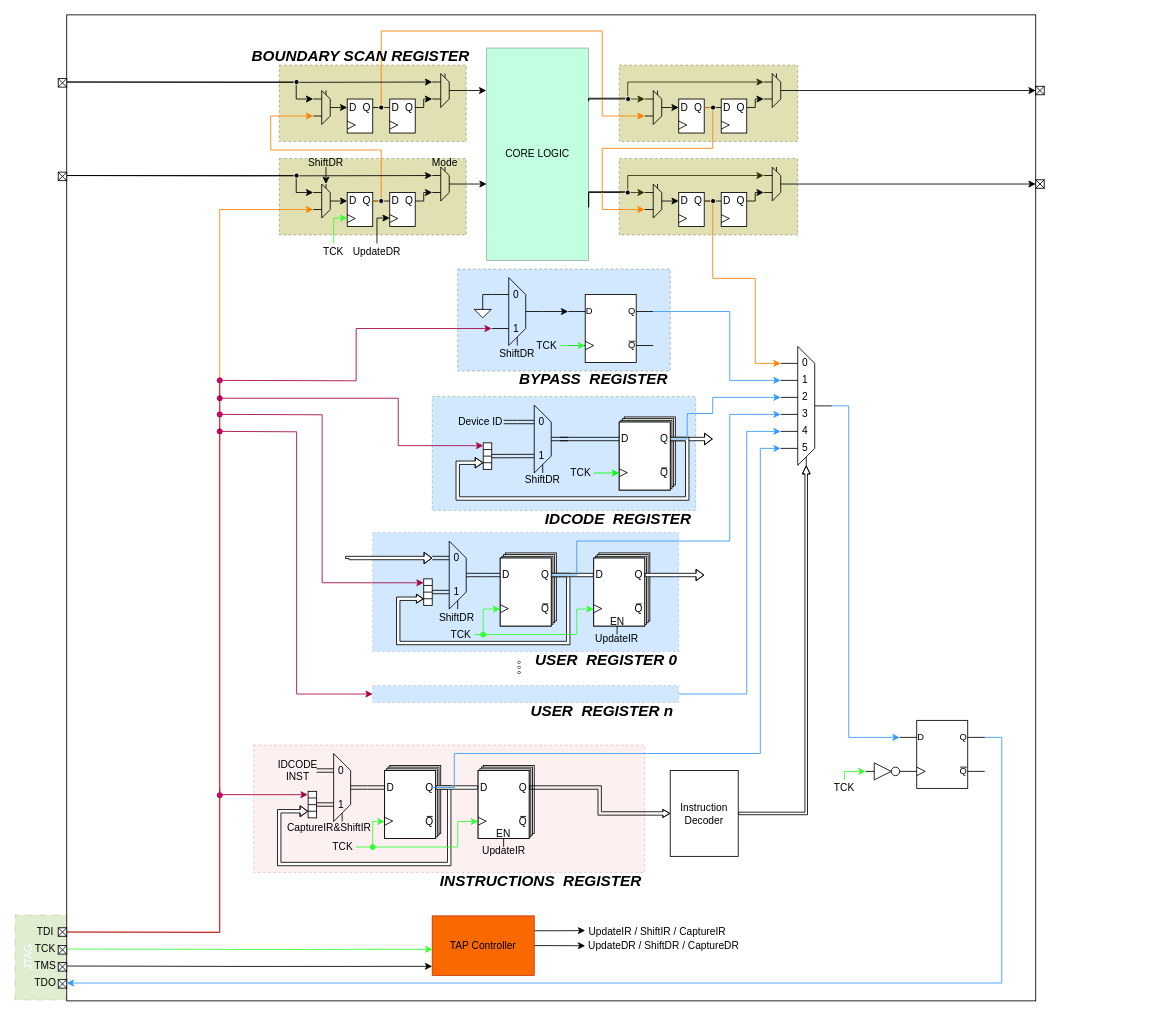
Verdvana/Verdvana.github.io keeps this draw.io diagram as _posts/JTAG协议与硬件实现/JTAG.drawio. Above is the earlier version. Source tidied: cells renumbered, new cells numbered last; positions are measured from the earlier drawing's top-left corner, leaving out a move shared by most shapes. Both pictures are drawn from the tidied source at 85%, with x=0, y=0 at pixel (-2, 14).
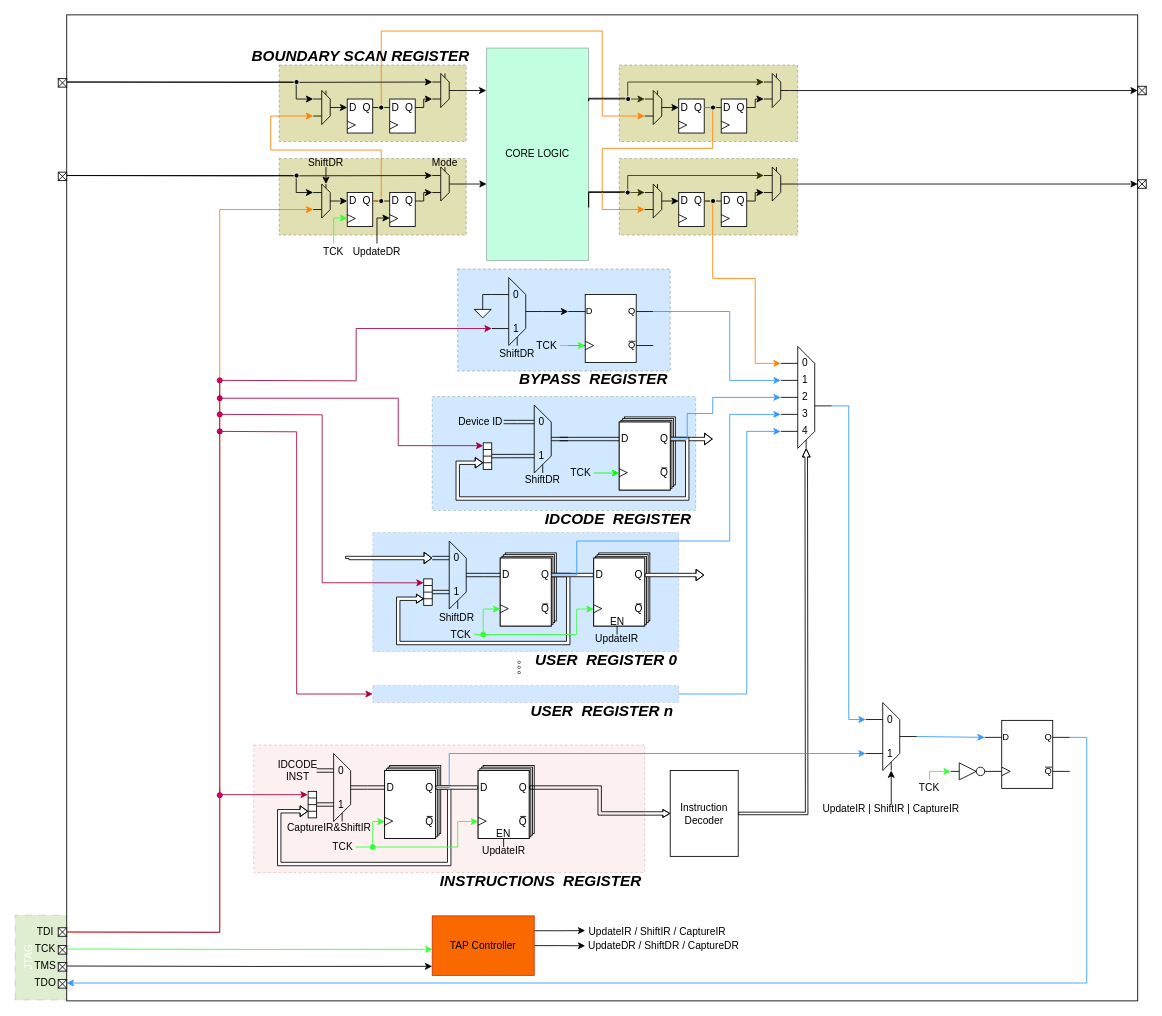
The same diagram, later.

Unchanged cells that the change refers to:
```xml
<mxCell id="66" value="Q" style="text;strokeColor=none;align=center;fillColor=none;html=1;verticalAlign=middle;whiteSpace=wrap;rounded=0;" parent="57" vertex="1">
  <mxGeometry x="46" y="20" width="14" height="12" as="geometry" />
</mxCell>
<mxCell id="170" value="Instruction&lt;div&gt;Decoder&lt;/div&gt;" style="rounded=0;whiteSpace=wrap;html=1;" parent="1" vertex="1">
  <mxGeometry x="790" y="889" width="80" height="101" as="geometry" />
</mxCell>
<mxCell id="369" style="group;points=[[0,0,0,0,0],[0,0,0,0,20],[0,0,0,0,40],[0,0,0,0,60],[0,0,0,0,80],[0,0,0,0,100],[0,0,0,0,120],[0,1,0,0,0],[0.5,1,0,0,0],[1,0.5,0,0,0]];" parent="1" vertex="1">
  <mxGeometry x="920" y="390" width="60" height="140" as="geometry" />
</mxCell>
```

Change to the diagram source:
```diff
@@
     <mxCell id="3" style="rounded=0;whiteSpace=wrap;html=1;fillColor=default;" parent="1" vertex="1">
-      <mxGeometry x="80" width="1140" height="1160" as="geometry" />
+      <mxGeometry x="80" width="1260" height="1160" as="geometry" />
     </mxCell>
@@
-    <mxCell id="144" style="edgeStyle=orthogonalEdgeStyle;rounded=0;jettySize=auto;html=1;exitX=1;exitY=0.5;exitDx=0;exitDy=0;exitPerimeter=0;entryX=0;entryY=0.25;entryDx=0;entryDy=0;fillColor=#0050ef;strokeColor=#3399FF;entryPerimeter=0;" parent="1" edge="1" source="369" target="160">
-      <mxGeometry relative="1" as="geometry">
-        <Array as="points">
-          <mxPoint x="1000" y="460" />
-          <mxPoint x="1000" y="850" />
-        </Array>
-      </mxGeometry>
-    </mxCell>
@@
     <mxCell id="153" style="edgeStyle=orthogonalEdgeStyle;rounded=0;jettySize=auto;html=1;entryX=1;entryY=0.5;entryDx=0;entryDy=0;exitX=1;exitY=0.25;exitDx=0;exitDy=0;exitPerimeter=0;fillColor=#0050ef;strokeColor=#3399FF;" parent="1" edge="1" source="160">
       <mxGeometry relative="1" as="geometry">
         <mxPoint x="80" y="1139" as="targetPoint" />
         <Array as="points">
-          <mxPoint x="1180" y="850" />
-          <mxPoint x="1180" y="1139" />
+          <mxPoint x="1260" y="850" />
+          <mxPoint x="1280" y="850" />
+          <mxPoint x="1280" y="1139" />
         </Array>
       </mxGeometry>
     </mxCell>
@@
-    <mxCell id="159" style="edgeStyle=orthogonalEdgeStyle;rounded=0;jettySize=auto;html=1;exitX=1;exitY=0.5;exitDx=0;exitDy=0;entryX=0;entryY=0;entryDx=0;entryDy=120;fillColor=#0050ef;strokeColor=#3399FF;entryPerimeter=0;" parent="1" edge="1" target="369">
-      <mxGeometry relative="1" as="geometry">
-        <mxPoint x="510" y="909" as="sourcePoint" />
-        <Array as="points">
-          <mxPoint x="536" y="909" />
-          <mxPoint x="536" y="869" />
-          <mxPoint x="896" y="869" />
-          <mxPoint x="896" y="510" />
-        </Array>
-      </mxGeometry>
-    </mxCell>
     <mxCell id="160" style="verticalLabelPosition=bottom;shadow=0;dashed=0;align=center;html=1;verticalAlign=top;shape=mxgraph.electrical.logic_gates.d_type_flip-flop;" parent="1" vertex="1">
-      <mxGeometry x="1060" y="830" width="100" height="80" as="geometry" />
+      <mxGeometry x="1160" y="830" width="100" height="80" as="geometry" />
     </mxCell>
     <mxCell id="161" style="group;" parent="1" vertex="1">
-      <mxGeometry x="1020" y="880" width="40" height="20" as="geometry" />
+      <mxGeometry x="1120" y="880" width="40" height="20" as="geometry" />
     </mxCell>
@@
-    <mxCell id="324" style="edgeStyle=orthogonalEdgeStyle;rounded=0;jettySize=auto;html=1;exitX=1;exitY=0.5;exitDx=0;exitDy=0;shape=flexArrow;width=3;endWidth=5.161290322580645;endSize=2.868817204301075;fillColor=default;entryX=0.5;entryY=1;entryDx=0;entryDy=0;entryPerimeter=0;" parent="1" edge="1" source="170" target="369">
-      <mxGeometry relative="1" as="geometry" />
+    <mxCell id="324" style="edgeStyle=orthogonalEdgeStyle;rounded=0;jettySize=auto;html=1;exitX=1;exitY=0.5;exitDx=0;exitDy=0;shape=flexArrow;width=3;endWidth=5.161290322580645;endSize=2.868817204301075;fillColor=default;" parent="1" edge="1" source="170">
+      <mxGeometry relative="1" as="geometry">
+        <mxPoint x="950" y="510" as="targetPoint" />
+      </mxGeometry>
     </mxCell>
@@
     <mxCell id="350" style="edgeStyle=orthogonalEdgeStyle;rounded=0;jettySize=auto;html=1;exitX=0.5;exitY=0;exitDx=0;exitDy=0;entryX=0;entryY=0.5;entryDx=0;entryDy=0;fillColor=#008a00;strokeColor=#33FF33;" parent="1" edge="1" source="351" target="161">
       <mxGeometry relative="1" as="geometry">
         <Array as="points">
-          <mxPoint x="995" y="890" />
+          <mxPoint x="1095" y="890" />
         </Array>
       </mxGeometry>
     </mxCell>
     <mxCell id="351" value="TCK" style="text;strokeColor=none;align=center;fillColor=none;html=1;verticalAlign=middle;whiteSpace=wrap;rounded=0;" parent="1" vertex="1">
-      <mxGeometry x="980" y="900" width="30" height="20" as="geometry" />
+      <mxGeometry x="1080" y="900" width="30" height="20" as="geometry" />
     </mxCell>
@@
+    <mxCell id="445" style="edgeStyle=orthogonalEdgeStyle;html=1;exitX=1;exitY=0.5;exitDx=0;exitDy=0;exitPerimeter=0;entryX=0;entryY=0.25;entryDx=0;entryDy=0;rounded=0;strokeColor=#3399FF;" parent="1" edge="1" source="369" target="447">
+      <mxGeometry relative="1" as="geometry" />
+    </mxCell>
@@
     <mxCell id="370" style="edgeStyle=none;orthogonalLoop=1;jettySize=auto;html=1;rounded=0;endArrow=none;endFill=0;" parent="369" edge="1">
       <mxGeometry relative="1" as="geometry">
-        <mxPoint x="30" y="140" as="sourcePoint" />
-        <mxPoint x="30" y="130" as="targetPoint" />
+        <mxPoint x="29.9" y="120" as="sourcePoint" />
+        <mxPoint x="29.9" y="110" as="targetPoint" />
       </mxGeometry>
     </mxCell>
     <mxCell id="371" style="edgeStyle=none;orthogonalLoop=1;jettySize=auto;html=1;rounded=0;endArrow=none;endFill=0;" parent="369" edge="1">
       <mxGeometry relative="1" as="geometry">
-        <mxPoint x="20" y="140" as="sourcePoint" />
+        <mxPoint x="20" y="120" as="sourcePoint" />
         <mxPoint x="20" as="targetPoint" />
       </mxGeometry>
     </mxCell>
     <mxCell id="372" style="edgeStyle=none;orthogonalLoop=1;jettySize=auto;html=1;rounded=0;endArrow=none;endFill=0;" parent="369" edge="1">
       <mxGeometry relative="1" as="geometry">
-        <mxPoint x="40" y="120" as="sourcePoint" />
+        <mxPoint x="40" y="100" as="sourcePoint" />
         <mxPoint x="40" y="20" as="targetPoint" />
       </mxGeometry>
     </mxCell>
@@
     <mxCell id="385" style="edgeStyle=none;orthogonalLoop=1;jettySize=auto;html=1;rounded=0;endArrow=none;endFill=0;" parent="369" edge="1">
       <mxGeometry relative="1" as="geometry">
-        <mxPoint x="40" y="120" as="sourcePoint" />
-        <mxPoint x="20" y="140" as="targetPoint" />
+        <mxPoint x="40" y="100" as="sourcePoint" />
+        <mxPoint x="20" y="120" as="targetPoint" />
       </mxGeometry>
     </mxCell>
-    <mxCell id="386" value="5" style="text;strokeColor=none;align=center;fillColor=none;html=1;verticalAlign=middle;whiteSpace=wrap;rounded=0;" parent="369" vertex="1">
-      <mxGeometry x="24" y="110" width="10" height="20" as="geometry" />
-    </mxCell>
-    <mxCell id="387" style="edgeStyle=none;orthogonalLoop=1;jettySize=auto;html=1;rounded=0;endArrow=none;endFill=0;" parent="369" edge="1">
-      <mxGeometry relative="1" as="geometry">
-        <mxPoint x="20" y="120" as="sourcePoint" />
-        <mxPoint y="120" as="targetPoint" />
-      </mxGeometry>
-    </mxCell>
@@
     <mxCell id="416" style="group;" parent="1" vertex="1">
-      <mxGeometry x="1220" y="84" width="10" height="10" as="geometry" />
+      <mxGeometry x="1340" y="84" width="10" height="10" as="geometry" />
     </mxCell>
@@
     <mxCell id="420" style="group;" parent="1" vertex="1">
-      <mxGeometry x="1220" y="194" width="10" height="10" as="geometry" />
+      <mxGeometry x="1340" y="194" width="10" height="10" as="geometry" />
     </mxCell>
@@
+    <mxCell id="446" style="edgeStyle=none;html=1;exitX=1;exitY=0.5;exitDx=0;exitDy=0;entryX=0;entryY=0.25;entryDx=0;entryDy=0;entryPerimeter=0;strokeColor=#3399FF;" parent="1" edge="1" source="447" target="160">
+      <mxGeometry relative="1" as="geometry" />
+    </mxCell>
+    <mxCell id="447" style="group;" parent="1" vertex="1">
+      <mxGeometry x="1020" y="809" width="60" height="80" as="geometry" />
+    </mxCell>
+    <mxCell id="448" style="edgeStyle=none;orthogonalLoop=1;jettySize=auto;html=1;rounded=0;endArrow=none;endFill=0;" parent="447" edge="1">
+      <mxGeometry relative="1" as="geometry">
+        <mxPoint x="20" y="80" as="sourcePoint" />
+        <mxPoint x="20" as="targetPoint" />
+      </mxGeometry>
+    </mxCell>
+    <mxCell id="449" style="edgeStyle=none;orthogonalLoop=1;jettySize=auto;html=1;rounded=0;endArrow=none;endFill=0;" parent="447" edge="1">
+      <mxGeometry relative="1" as="geometry">
+        <mxPoint x="40" y="60" as="sourcePoint" />
+        <mxPoint x="40" y="20" as="targetPoint" />
+      </mxGeometry>
+    </mxCell>
+    <mxCell id="450" style="edgeStyle=none;orthogonalLoop=1;jettySize=auto;html=1;rounded=0;endArrow=none;endFill=0;" parent="447" edge="1">
+      <mxGeometry relative="1" as="geometry">
+        <mxPoint x="60" y="40" as="sourcePoint" />
+        <mxPoint x="40" y="40" as="targetPoint" />
+      </mxGeometry>
+    </mxCell>
+    <mxCell id="451" style="edgeStyle=none;orthogonalLoop=1;jettySize=auto;html=1;rounded=0;endArrow=none;endFill=0;" parent="447" edge="1">
+      <mxGeometry relative="1" as="geometry">
+        <mxPoint x="20" y="20" as="sourcePoint" />
+        <mxPoint y="20" as="targetPoint" />
+      </mxGeometry>
+    </mxCell>
+    <mxCell id="452" style="edgeStyle=none;orthogonalLoop=1;jettySize=auto;html=1;rounded=0;endArrow=none;endFill=0;" parent="447" edge="1">
+      <mxGeometry relative="1" as="geometry">
+        <mxPoint x="20" y="60" as="sourcePoint" />
+        <mxPoint y="60" as="targetPoint" />
+      </mxGeometry>
+    </mxCell>
+    <mxCell id="453" style="edgeStyle=none;orthogonalLoop=1;jettySize=auto;html=1;rounded=0;endArrow=none;endFill=0;" parent="447" edge="1">
+      <mxGeometry relative="1" as="geometry">
+        <mxPoint x="40" y="20" as="sourcePoint" />
+        <mxPoint x="20" as="targetPoint" />
+      </mxGeometry>
+    </mxCell>
+    <mxCell id="454" style="edgeStyle=none;orthogonalLoop=1;jettySize=auto;html=1;rounded=0;endArrow=none;endFill=0;" parent="447" edge="1">
+      <mxGeometry relative="1" as="geometry">
+        <mxPoint x="40" y="60" as="sourcePoint" />
+        <mxPoint x="20" y="80" as="targetPoint" />
+      </mxGeometry>
+    </mxCell>
+    <mxCell id="455" style="edgeStyle=none;orthogonalLoop=1;jettySize=auto;html=1;rounded=0;endArrow=none;endFill=0;" parent="447" edge="1">
+      <mxGeometry relative="1" as="geometry">
+        <mxPoint x="30" y="80" as="sourcePoint" />
+        <mxPoint x="30" y="70" as="targetPoint" />
+      </mxGeometry>
+    </mxCell>
+    <mxCell id="456" value="0" style="text;strokeColor=none;align=center;fillColor=none;html=1;verticalAlign=middle;whiteSpace=wrap;rounded=0;" parent="447" vertex="1">
+      <mxGeometry x="24" y="10" width="10" height="20" as="geometry" />
+    </mxCell>
+    <mxCell id="457" value="1" style="text;strokeColor=none;align=center;fillColor=none;html=1;verticalAlign=middle;whiteSpace=wrap;rounded=0;" parent="447" vertex="1">
+      <mxGeometry x="24" y="50" width="10" height="20" as="geometry" />
+    </mxCell>
+    <mxCell id="458" style="edgeStyle=orthogonalEdgeStyle;rounded=0;html=1;exitX=1;exitY=0.5;exitDx=0;exitDy=0;entryX=0;entryY=0.75;entryDx=0;entryDy=0;strokeColor=#3399FF;" parent="1" edge="1" source="66" target="447">
+      <mxGeometry relative="1" as="geometry">
+        <Array as="points">
+          <mxPoint x="530" y="909" />
+          <mxPoint x="530" y="869" />
+        </Array>
+      </mxGeometry>
+    </mxCell>
+    <mxCell id="459" style="edgeStyle=orthogonalEdgeStyle;rounded=0;html=1;exitX=0.5;exitY=0;exitDx=0;exitDy=0;entryX=0.5;entryY=1;entryDx=0;entryDy=0;" parent="1" edge="1" source="460" target="447">
+      <mxGeometry relative="1" as="geometry" />
+    </mxCell>
+    <mxCell id="460" value="UpdateIR | ShiftIR | CaptureIR" style="text;strokeColor=none;align=center;fillColor=none;html=1;verticalAlign=middle;whiteSpace=wrap;rounded=0;" parent="1" vertex="1">
+      <mxGeometry x="965" y="929" width="170" height="10" as="geometry" />
+    </mxCell>
```
